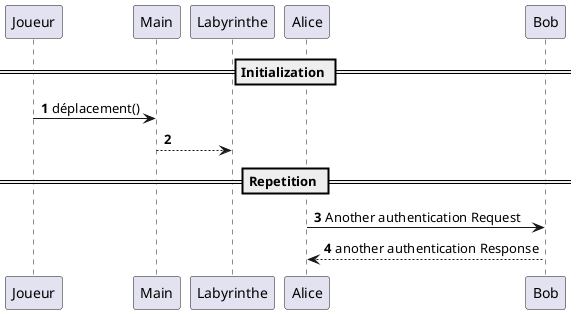
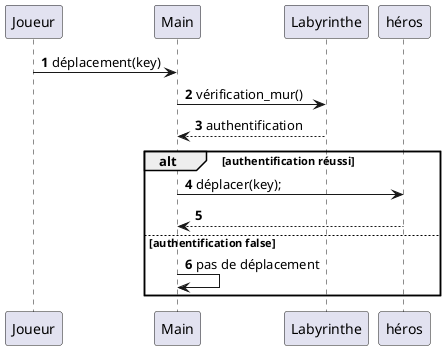
@startuml
'https://plantuml.com/sequence-diagram

autonumber

- == Initialization ==

- Joueur -> Main: déplacement()
- Main --> Labyrinthe:

- == Repetition ==
- 
- Alice -> Bob: Another authentication Request
- Alice <-- Bob: another authentication Response
+ Joueur -> Main: déplacement(key)
+ Main -> Labyrinthe: vérification_mur()
+ Labyrinthe --> Main: authentification
+ alt authentification réussi
+ Main -> héros: déplacer(key);
+ Main <-- héros :
+ else authentification false
+ Main -> Main : pas de déplacement
+ end
@enduml